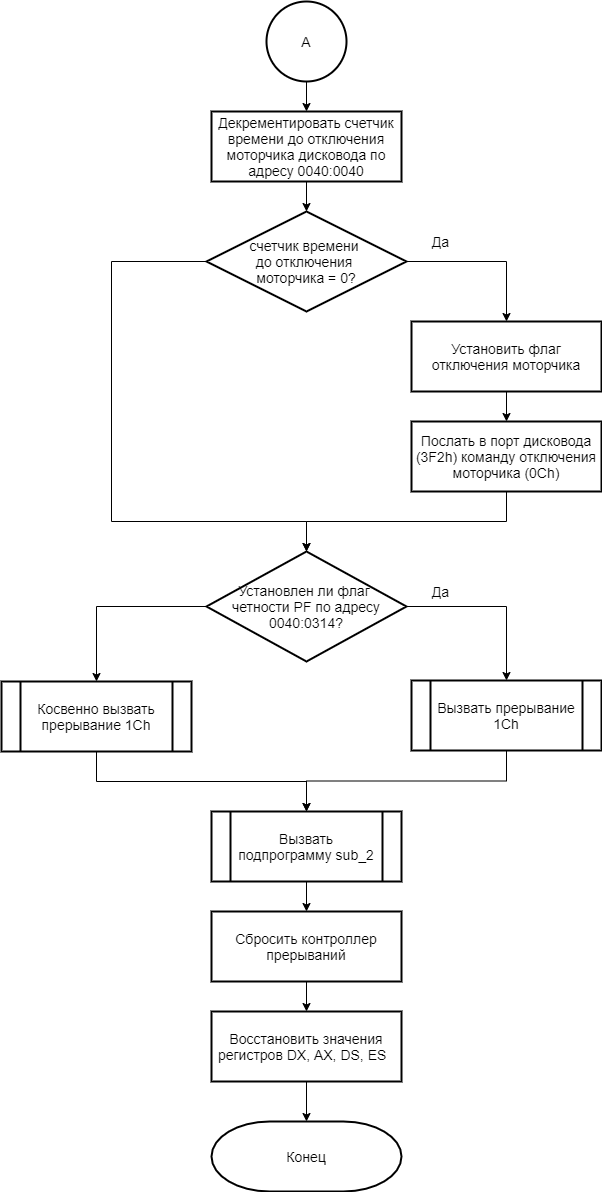
Earlier version of the draw.io export lab1_1/выполнение/int8-Страница 2.png (alena-zayts/BMSTU_5sem_operating_systems). Source tidied: cells renumbered, new cells last; positions are measured from the earlier drawing's top-left corner, leaving out a move shared by most shapes. The source it was exported from:
```xml
<mxGraphModel>
  <root>
    <mxCell id="0" />
    <mxCell id="1" parent="0" />
    <mxCell id="2" value="Да" style="edgeStyle=orthogonalEdgeStyle;rounded=0;jettySize=auto;html=1;entryX=0.5;entryY=0;entryDx=0;entryDy=0;endArrow=classic;endFill=1;fontSize=14;" parent="1" edge="1" source="4" target="6">
      <mxGeometry x="-0.56" y="20" relative="1" as="geometry">
        <mxPoint x="-1" as="offset" />
      </mxGeometry>
    </mxCell>
    <mxCell id="3" style="edgeStyle=orthogonalEdgeStyle;rounded=0;jettySize=auto;html=1;exitX=0;exitY=0.5;exitDx=0;exitDy=0;endArrow=classic;endFill=1;fontSize=14;" parent="1" edge="1" source="4" target="11">
      <mxGeometry relative="1" as="geometry">
        <Array as="points">
          <mxPoint x="110" y="260" />
          <mxPoint x="110" y="520" />
          <mxPoint x="305" y="520" />
        </Array>
      </mxGeometry>
    </mxCell>
    <mxCell id="4" value="счетчик времени &lt;br&gt;до отключения &lt;br&gt;моторчика = 0?" style="rhombus;whiteSpace=wrap;html=1;strokeWidth=2;fontSize=14;" parent="1" vertex="1">
      <mxGeometry x="205" y="210" width="200" height="100" as="geometry" />
    </mxCell>
    <mxCell id="5" style="edgeStyle=orthogonalEdgeStyle;rounded=0;jettySize=auto;html=1;exitX=0.5;exitY=1;exitDx=0;exitDy=0;entryX=0.5;entryY=0;entryDx=0;entryDy=0;endArrow=classic;endFill=1;fontSize=14;" parent="1" edge="1" source="6" target="8">
      <mxGeometry relative="1" as="geometry" />
    </mxCell>
    <mxCell id="6" value="Установить флаг отключения моторчика" style="rounded=0;whiteSpace=wrap;html=1;strokeWidth=2;fontSize=14;" parent="1" vertex="1">
      <mxGeometry x="410" y="320" width="190" height="70" as="geometry" />
    </mxCell>
    <mxCell id="7" style="edgeStyle=orthogonalEdgeStyle;rounded=0;jettySize=auto;html=1;entryX=0.5;entryY=0;entryDx=0;entryDy=0;endArrow=classic;endFill=1;fontSize=14;" parent="1" edge="1" source="8" target="11">
      <mxGeometry relative="1" as="geometry">
        <Array as="points">
          <mxPoint x="505" y="520" />
          <mxPoint x="305" y="520" />
        </Array>
      </mxGeometry>
    </mxCell>
    <mxCell id="8" value="Послать в порт дисковода (3F2h) команду отключения моторчика (0Сh)" style="rounded=0;whiteSpace=wrap;html=1;strokeWidth=2;fontSize=14;" parent="1" vertex="1">
      <mxGeometry x="410" y="420" width="190" height="70" as="geometry" />
    </mxCell>
    <mxCell id="9" value="Да" style="edgeStyle=orthogonalEdgeStyle;rounded=0;jettySize=auto;html=1;exitX=1;exitY=0.5;exitDx=0;exitDy=0;endArrow=classic;endFill=1;fontSize=14;" parent="1" edge="1" source="11" target="13">
      <mxGeometry x="-0.6" y="15" relative="1" as="geometry">
        <mxPoint x="-1" as="offset" />
      </mxGeometry>
    </mxCell>
    <mxCell id="10" style="edgeStyle=orthogonalEdgeStyle;rounded=0;jettySize=auto;html=1;exitX=0;exitY=0.5;exitDx=0;exitDy=0;endArrow=classic;endFill=1;fontSize=14;" parent="1" edge="1" source="11" target="15">
      <mxGeometry relative="1" as="geometry" />
    </mxCell>
    <mxCell id="11" value="Установлен ли флаг &lt;br&gt;четности PF по адресу 0040:0314?" style="rhombus;whiteSpace=wrap;html=1;strokeWidth=2;fontSize=14;" parent="1" vertex="1">
      <mxGeometry x="205" y="550" width="200" height="110" as="geometry" />
    </mxCell>
    <mxCell id="12" style="edgeStyle=orthogonalEdgeStyle;rounded=0;jettySize=auto;html=1;exitX=0.5;exitY=1;exitDx=0;exitDy=0;endArrow=classic;endFill=1;fontSize=14;" parent="1" edge="1" source="13" target="17">
      <mxGeometry relative="1" as="geometry" />
    </mxCell>
    <mxCell id="13" value="Вызвать прерывание 1Ch" style="shape=process;whiteSpace=wrap;html=1;backgroundOutline=1;strokeWidth=2;fontSize=14;" parent="1" vertex="1">
      <mxGeometry x="410" y="679" width="190" height="70" as="geometry" />
    </mxCell>
    <mxCell id="14" style="edgeStyle=orthogonalEdgeStyle;rounded=0;jettySize=auto;html=1;exitX=0.5;exitY=1;exitDx=0;exitDy=0;endArrow=classic;endFill=1;fontSize=14;" parent="1" edge="1" source="15" target="17">
      <mxGeometry relative="1" as="geometry" />
    </mxCell>
    <mxCell id="15" value="Косвенно вызвать прерывание 1Ch" style="shape=process;whiteSpace=wrap;html=1;backgroundOutline=1;strokeWidth=2;fontSize=14;" parent="1" vertex="1">
      <mxGeometry y="680" width="190" height="70" as="geometry" />
    </mxCell>
    <mxCell id="16" style="edgeStyle=orthogonalEdgeStyle;rounded=0;jettySize=auto;html=1;entryX=0.5;entryY=0;entryDx=0;entryDy=0;endArrow=classic;endFill=1;fontSize=14;" parent="1" edge="1" source="17" target="19">
      <mxGeometry relative="1" as="geometry" />
    </mxCell>
    <mxCell id="17" value="Вызвать подпрограмму sub_2" style="shape=process;whiteSpace=wrap;html=1;backgroundOutline=1;strokeWidth=2;fontSize=14;" parent="1" vertex="1">
      <mxGeometry x="210" y="810" width="190" height="70" as="geometry" />
    </mxCell>
    <mxCell id="18" style="edgeStyle=orthogonalEdgeStyle;rounded=0;jettySize=auto;html=1;endArrow=classic;endFill=1;fontSize=14;" parent="1" edge="1" source="19" target="21">
      <mxGeometry relative="1" as="geometry" />
    </mxCell>
    <mxCell id="19" value="Сбросить контроллер прерываний" style="rounded=0;whiteSpace=wrap;html=1;strokeWidth=2;fontSize=14;" parent="1" vertex="1">
      <mxGeometry x="210" y="910" width="190" height="70" as="geometry" />
    </mxCell>
    <mxCell id="20" style="edgeStyle=orthogonalEdgeStyle;rounded=0;jettySize=auto;html=1;entryX=0.5;entryY=0;entryDx=0;entryDy=0;entryPerimeter=0;endArrow=classic;endFill=1;fontSize=14;" parent="1" edge="1" source="21" target="22">
      <mxGeometry relative="1" as="geometry" />
    </mxCell>
    <mxCell id="21" value="Восстановить значения регистров DX, AX, DS, ES &amp;nbsp;" style="rounded=0;whiteSpace=wrap;html=1;strokeWidth=2;fontSize=14;" parent="1" vertex="1">
      <mxGeometry x="210" y="1010" width="190" height="70" as="geometry" />
    </mxCell>
    <mxCell id="22" value="Конец" style="strokeWidth=2;html=1;shape=mxgraph.flowchart.terminator;whiteSpace=wrap;fontSize=14;fontFamily=Helvetica;" parent="1" vertex="1">
      <mxGeometry x="210" y="1120" width="190" height="70" as="geometry" />
    </mxCell>
    <mxCell id="23" style="edgeStyle=orthogonalEdgeStyle;rounded=0;jettySize=auto;html=1;entryX=0.5;entryY=0;entryDx=0;entryDy=0;endArrow=classic;endFill=1;fontSize=14;" parent="1" edge="1" source="24" target="4">
      <mxGeometry relative="1" as="geometry" />
    </mxCell>
    <mxCell id="24" value="Декрементировать счетчик времени до отключения моторчика дисковода по адресу 0040:0040" style="rounded=0;whiteSpace=wrap;html=1;strokeWidth=2;fontSize=14;" parent="1" vertex="1">
      <mxGeometry x="210" y="110" width="190" height="70" as="geometry" />
    </mxCell>
    <mxCell id="25" style="edgeStyle=orthogonalEdgeStyle;rounded=0;jettySize=auto;html=1;entryX=0.5;entryY=0;entryDx=0;entryDy=0;endArrow=classic;endFill=1;fontSize=14;" parent="1" edge="1" source="26" target="24">
      <mxGeometry relative="1" as="geometry" />
    </mxCell>
    <mxCell id="26" value="А" style="ellipse;whiteSpace=wrap;html=1;fontSize=14;strokeWidth=2;" parent="1" vertex="1">
      <mxGeometry x="265" width="80" height="80" as="geometry" />
    </mxCell>
  </root>
</mxGraphModel>
```
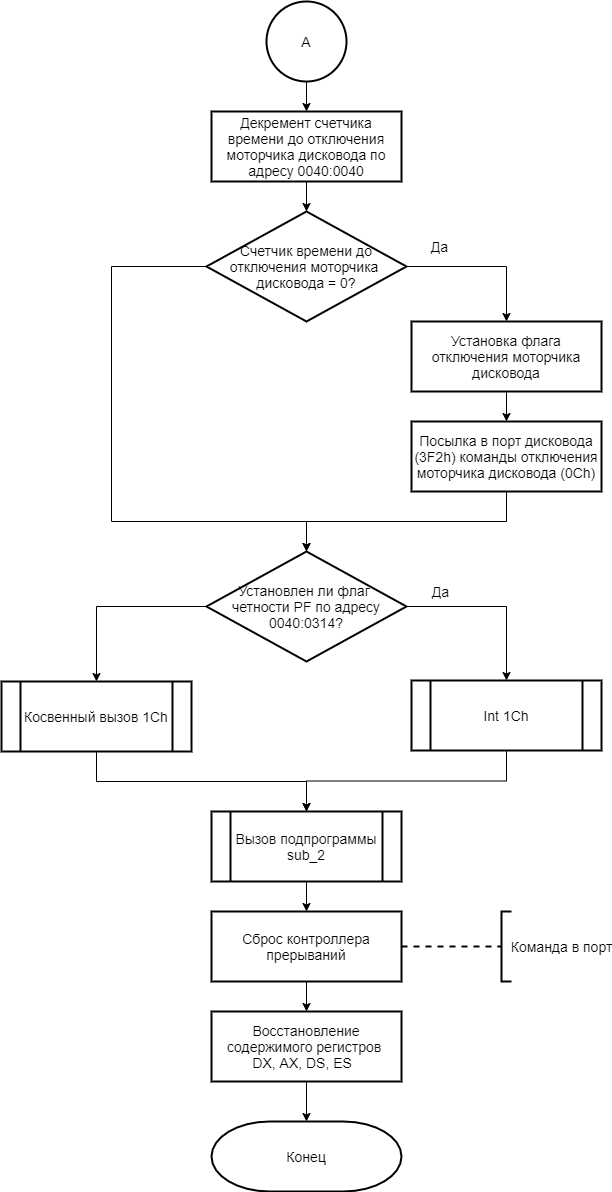
After the change.

What changed in the source:
```diff
@@ -10,19 +10,19 @@
     <mxCell id="3" style="edgeStyle=orthogonalEdgeStyle;rounded=0;jettySize=auto;html=1;exitX=0;exitY=0.5;exitDx=0;exitDy=0;endArrow=classic;endFill=1;fontSize=14;" parent="1" edge="1" source="4" target="11">
       <mxGeometry relative="1" as="geometry">
         <Array as="points">
-          <mxPoint x="110" y="260" />
+          <mxPoint x="110" y="265" />
           <mxPoint x="110" y="520" />
           <mxPoint x="305" y="520" />
         </Array>
       </mxGeometry>
     </mxCell>
-    <mxCell id="4" value="счетчик времени &lt;br&gt;до отключения &lt;br&gt;моторчика = 0?" style="rhombus;whiteSpace=wrap;html=1;strokeWidth=2;fontSize=14;" parent="1" vertex="1">
-      <mxGeometry x="205" y="210" width="200" height="100" as="geometry" />
+    <mxCell id="4" value="Счетчик времени до отключения моторчика&amp;nbsp;&lt;br&gt;дисковода = 0?" style="rhombus;whiteSpace=wrap;html=1;strokeWidth=2;fontSize=14;" parent="1" vertex="1">
+      <mxGeometry x="205" y="210" width="200" height="110" as="geometry" />
     </mxCell>
     <mxCell id="5" style="edgeStyle=orthogonalEdgeStyle;rounded=0;jettySize=auto;html=1;exitX=0.5;exitY=1;exitDx=0;exitDy=0;entryX=0.5;entryY=0;entryDx=0;entryDy=0;endArrow=classic;endFill=1;fontSize=14;" parent="1" edge="1" source="6" target="8">
       <mxGeometry relative="1" as="geometry" />
     </mxCell>
-    <mxCell id="6" value="Установить флаг отключения моторчика" style="rounded=0;whiteSpace=wrap;html=1;strokeWidth=2;fontSize=14;" parent="1" vertex="1">
+    <mxCell id="6" value="Установка флага отключения моторчика дисковода" style="rounded=0;whiteSpace=wrap;html=1;strokeWidth=2;fontSize=14;" parent="1" vertex="1">
       <mxGeometry x="410" y="320" width="190" height="70" as="geometry" />
     </mxCell>
     <mxCell id="7" style="edgeStyle=orthogonalEdgeStyle;rounded=0;jettySize=auto;html=1;entryX=0.5;entryY=0;entryDx=0;entryDy=0;endArrow=classic;endFill=1;fontSize=14;" parent="1" edge="1" source="8" target="11">
@@ -33,7 +33,7 @@
         </Array>
       </mxGeometry>
     </mxCell>
-    <mxCell id="8" value="Послать в порт дисковода (3F2h) команду отключения моторчика (0Сh)" style="rounded=0;whiteSpace=wrap;html=1;strokeWidth=2;fontSize=14;" parent="1" vertex="1">
+    <mxCell id="8" value="Посылка в порт дисковода (3F2h) команды отключения моторчика дисковода (0Сh)" style="rounded=0;whiteSpace=wrap;html=1;strokeWidth=2;fontSize=14;" parent="1" vertex="1">
       <mxGeometry x="410" y="420" width="190" height="70" as="geometry" />
     </mxCell>
     <mxCell id="9" value="Да" style="edgeStyle=orthogonalEdgeStyle;rounded=0;jettySize=auto;html=1;exitX=1;exitY=0.5;exitDx=0;exitDy=0;endArrow=classic;endFill=1;fontSize=14;" parent="1" edge="1" source="11" target="13">
@@ -50,31 +50,31 @@
     <mxCell id="12" style="edgeStyle=orthogonalEdgeStyle;rounded=0;jettySize=auto;html=1;exitX=0.5;exitY=1;exitDx=0;exitDy=0;endArrow=classic;endFill=1;fontSize=14;" parent="1" edge="1" source="13" target="17">
       <mxGeometry relative="1" as="geometry" />
     </mxCell>
-    <mxCell id="13" value="Вызвать прерывание 1Ch" style="shape=process;whiteSpace=wrap;html=1;backgroundOutline=1;strokeWidth=2;fontSize=14;" parent="1" vertex="1">
+    <mxCell id="13" value="Int 1Ch" style="shape=process;whiteSpace=wrap;html=1;backgroundOutline=1;strokeWidth=2;fontSize=14;" parent="1" vertex="1">
       <mxGeometry x="410" y="679" width="190" height="70" as="geometry" />
     </mxCell>
     <mxCell id="14" style="edgeStyle=orthogonalEdgeStyle;rounded=0;jettySize=auto;html=1;exitX=0.5;exitY=1;exitDx=0;exitDy=0;endArrow=classic;endFill=1;fontSize=14;" parent="1" edge="1" source="15" target="17">
       <mxGeometry relative="1" as="geometry" />
     </mxCell>
-    <mxCell id="15" value="Косвенно вызвать прерывание 1Ch" style="shape=process;whiteSpace=wrap;html=1;backgroundOutline=1;strokeWidth=2;fontSize=14;" parent="1" vertex="1">
+    <mxCell id="15" value="Косвенный вызов 1Ch" style="shape=process;whiteSpace=wrap;html=1;backgroundOutline=1;strokeWidth=2;fontSize=14;" parent="1" vertex="1">
       <mxGeometry y="680" width="190" height="70" as="geometry" />
     </mxCell>
     <mxCell id="16" style="edgeStyle=orthogonalEdgeStyle;rounded=0;jettySize=auto;html=1;entryX=0.5;entryY=0;entryDx=0;entryDy=0;endArrow=classic;endFill=1;fontSize=14;" parent="1" edge="1" source="17" target="19">
       <mxGeometry relative="1" as="geometry" />
     </mxCell>
-    <mxCell id="17" value="Вызвать подпрограмму sub_2" style="shape=process;whiteSpace=wrap;html=1;backgroundOutline=1;strokeWidth=2;fontSize=14;" parent="1" vertex="1">
+    <mxCell id="17" value="Вызов подпрограммы sub_2" style="shape=process;whiteSpace=wrap;html=1;backgroundOutline=1;strokeWidth=2;fontSize=14;" parent="1" vertex="1">
       <mxGeometry x="210" y="810" width="190" height="70" as="geometry" />
     </mxCell>
     <mxCell id="18" style="edgeStyle=orthogonalEdgeStyle;rounded=0;jettySize=auto;html=1;endArrow=classic;endFill=1;fontSize=14;" parent="1" edge="1" source="19" target="21">
       <mxGeometry relative="1" as="geometry" />
     </mxCell>
-    <mxCell id="19" value="Сбросить контроллер прерываний" style="rounded=0;whiteSpace=wrap;html=1;strokeWidth=2;fontSize=14;" parent="1" vertex="1">
+    <mxCell id="19" value="Сброс контроллера прерываний" style="rounded=0;whiteSpace=wrap;html=1;strokeWidth=2;fontSize=14;" parent="1" vertex="1">
       <mxGeometry x="210" y="910" width="190" height="70" as="geometry" />
     </mxCell>
     <mxCell id="20" style="edgeStyle=orthogonalEdgeStyle;rounded=0;jettySize=auto;html=1;entryX=0.5;entryY=0;entryDx=0;entryDy=0;entryPerimeter=0;endArrow=classic;endFill=1;fontSize=14;" parent="1" edge="1" source="21" target="22">
       <mxGeometry relative="1" as="geometry" />
     </mxCell>
-    <mxCell id="21" value="Восстановить значения регистров DX, AX, DS, ES &amp;nbsp;" style="rounded=0;whiteSpace=wrap;html=1;strokeWidth=2;fontSize=14;" parent="1" vertex="1">
+    <mxCell id="21" value="Восстановление содержимого регистров &lt;br&gt;DX, AX, DS, ES &amp;nbsp;" style="rounded=0;whiteSpace=wrap;html=1;strokeWidth=2;fontSize=14;" parent="1" vertex="1">
       <mxGeometry x="210" y="1010" width="190" height="70" as="geometry" />
     </mxCell>
     <mxCell id="22" value="Конец" style="strokeWidth=2;html=1;shape=mxgraph.flowchart.terminator;whiteSpace=wrap;fontSize=14;fontFamily=Helvetica;" parent="1" vertex="1">
@@ -83,7 +83,7 @@
     <mxCell id="23" style="edgeStyle=orthogonalEdgeStyle;rounded=0;jettySize=auto;html=1;entryX=0.5;entryY=0;entryDx=0;entryDy=0;endArrow=classic;endFill=1;fontSize=14;" parent="1" edge="1" source="24" target="4">
       <mxGeometry relative="1" as="geometry" />
     </mxCell>
-    <mxCell id="24" value="Декрементировать счетчик времени до отключения моторчика дисковода по адресу 0040:0040" style="rounded=0;whiteSpace=wrap;html=1;strokeWidth=2;fontSize=14;" parent="1" vertex="1">
+    <mxCell id="24" value="Декремент счетчика времени до отключения моторчика дисковода по адресу 0040:0040" style="rounded=0;whiteSpace=wrap;html=1;strokeWidth=2;fontSize=14;" parent="1" vertex="1">
       <mxGeometry x="210" y="110" width="190" height="70" as="geometry" />
     </mxCell>
     <mxCell id="25" style="edgeStyle=orthogonalEdgeStyle;rounded=0;jettySize=auto;html=1;entryX=0.5;entryY=0;entryDx=0;entryDy=0;endArrow=classic;endFill=1;fontSize=14;" parent="1" edge="1" source="26" target="24">
@@ -92,5 +92,11 @@
     <mxCell id="26" value="А" style="ellipse;whiteSpace=wrap;html=1;fontSize=14;strokeWidth=2;" parent="1" vertex="1">
       <mxGeometry x="265" width="80" height="80" as="geometry" />
     </mxCell>
+    <mxCell id="27" value="&amp;nbsp; Команда в порт" style="strokeWidth=2;html=1;shape=mxgraph.flowchart.annotation_1;align=left;fontSize=14;" parent="1" vertex="1">
+      <mxGeometry x="500" y="910" width="10" height="70" as="geometry" />
+    </mxCell>
+    <mxCell id="28" style="endArrow=none;dashed=1;html=1;entryX=0;entryY=0.5;entryDx=0;entryDy=0;entryPerimeter=0;exitX=1;exitY=0.5;exitDx=0;exitDy=0;strokeWidth=2;jumpSize=7;jumpStyle=arc;" parent="1" edge="1" source="19" target="27">
+      <mxGeometry relative="1" as="geometry" />
+    </mxCell>
   </root>
 </mxGraphModel>
```
